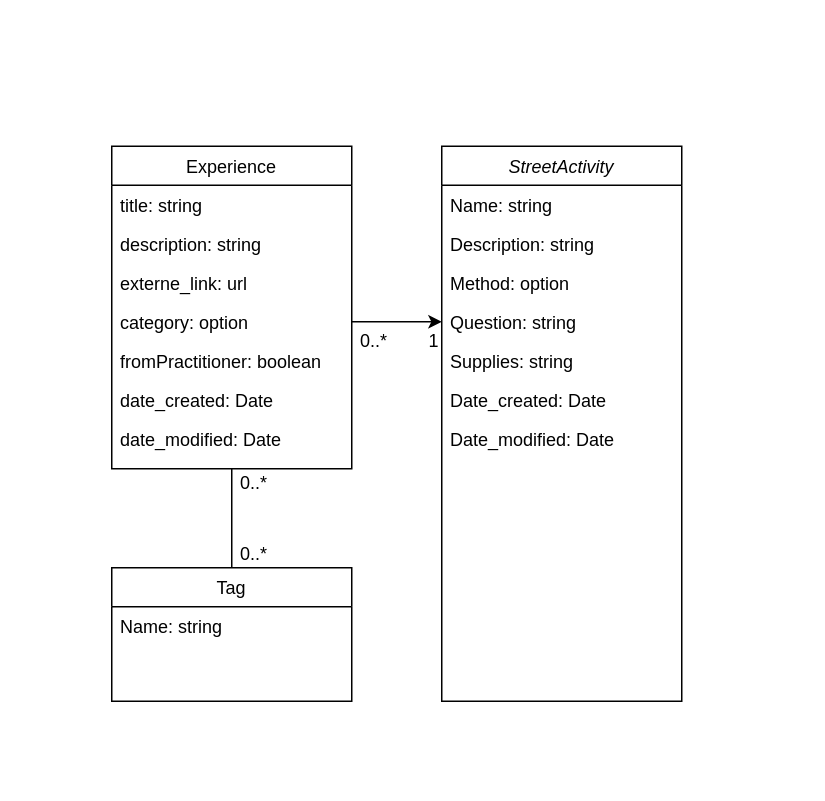
The draw.io diagram architecture/streetactivity_domainmodel.drawio in MxTheo/travelingguestbook, before the edit. Source tidied: cells renumbered, new cells numbered last; positions are measured from the earlier drawing's top-left corner, leaving out a move shared by most shapes. Both pictures are drawn from the tidied source at 150%, with x=0, y=0 at pixel (111, 146).
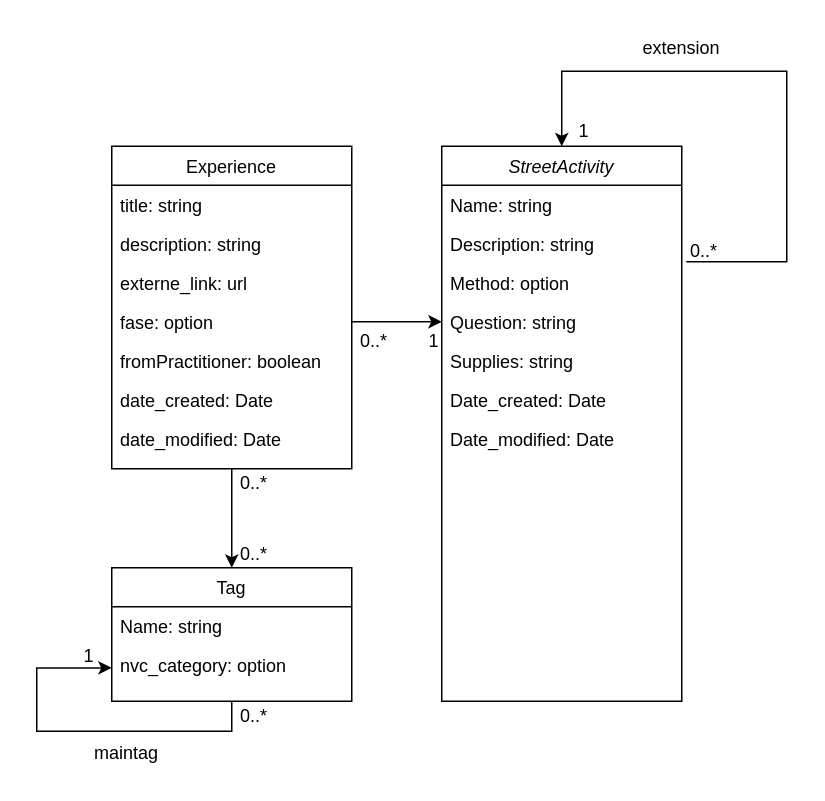
The same diagram, later.

Unchanged cells that the change refers to:
```xml
<mxCell id="2" value="StreetActivity" style="swimlane;fontStyle=2;align=center;verticalAlign=top;horizontal=1;startSize=26;rounded=0;shadow=0;strokeWidth=1;" parent="1" vertex="1">
  <mxGeometry x="220" width="160" height="370" as="geometry" />
</mxCell>
<mxCell id="4" value="Description: string" style="text;align=left;verticalAlign=top;spacingLeft=4;spacingRight=4;overflow=hidden;points=[[0,0.5],[1,0.5]];portConstraint=eastwest;rounded=0;shadow=0;html=0;" parent="2" vertex="1">
  <mxGeometry y="52" width="160" height="26" as="geometry" />
</mxCell>
<mxCell id="10" value="Tag" style="swimlane;fontStyle=0;align=center;verticalAlign=top;horizontal=1;startSize=26;rounded=0;shadow=0;strokeWidth=1;" parent="1" vertex="1">
  <mxGeometry y="281" width="160" height="89" as="geometry" />
</mxCell>
<mxCell id="12" value="Experience" style="swimlane;fontStyle=0;align=center;verticalAlign=top;horizontal=1;startSize=26;rounded=0;shadow=0;strokeWidth=1;" parent="1" vertex="1">
  <mxGeometry width="160" height="215" as="geometry" />
</mxCell>
<mxCell id="23" value="0..*" style="text;html=1;align=center;verticalAlign=middle;whiteSpace=wrap;rounded=0;" parent="1" vertex="1">
  <mxGeometry x="80" y="262" width="30" height="19" as="geometry" />
</mxCell>
```

The edit, as a diff of the source:
```diff
@@
+    <mxCell id="26" style="edgeStyle=orthogonalEdgeStyle;rounded=0;jettySize=auto;html=1;entryX=0.5;entryY=0;entryDx=0;entryDy=0;exitX=1.019;exitY=0.962;exitDx=0;exitDy=0;exitPerimeter=0;" parent="2" edge="1" source="4" target="2">
+      <mxGeometry relative="1" as="geometry">
+        <Array as="points">
+          <mxPoint x="230" y="77" />
+          <mxPoint x="230" y="-50" />
+          <mxPoint x="80" y="-50" />
+        </Array>
+      </mxGeometry>
+    </mxCell>
@@
+    <mxCell id="27" style="edgeStyle=orthogonalEdgeStyle;rounded=0;orthogonalLoop=1;jettySize=auto;html=1;exitX=0.5;exitY=1;exitDx=0;exitDy=0;entryX=0;entryY=0.75;entryDx=0;entryDy=0;" parent="1" edge="1" source="10" target="10">
+      <mxGeometry relative="1" as="geometry">
+        <Array as="points">
+          <mxPoint x="80" y="390" />
+          <mxPoint x="-50" y="390" />
+          <mxPoint x="-50" y="348" />
+        </Array>
+      </mxGeometry>
+    </mxCell>
@@
+    <mxCell id="28" value="nvc_category: option" style="text;align=left;verticalAlign=top;spacingLeft=4;spacingRight=4;overflow=hidden;" parent="10" vertex="1">
+      <mxGeometry y="52" width="160" height="26" as="geometry" />
+    </mxCell>
@@
-    <mxCell id="16" value="category: option" style="text;align=left;verticalAlign=top;spacingLeft=4;spacingRight=4;overflow=hidden;points=[[0,0.5],[1,0.5]];portConstraint=eastwest;rounded=0;shadow=0;html=0;" parent="12" vertex="1">
+    <mxCell id="16" value="fase: option" style="text;align=left;verticalAlign=top;spacingLeft=4;spacingRight=4;overflow=hidden;points=[[0,0.5],[1,0.5]];portConstraint=eastwest;rounded=0;shadow=0;html=0;" parent="12" vertex="1">
       <mxGeometry y="104" width="160" height="26" as="geometry" />
     </mxCell>
@@
-    <mxCell id="21" style="endArrow=none;html=1;rounded=0;exitX=0.5;exitY=0;exitDx=0;exitDy=0;entryX=0.5;entryY=1;entryDx=0;entryDy=0;" parent="1" edge="1" source="10" target="12">
-      <mxGeometry relative="1" as="geometry" />
-    </mxCell>
@@
+    <mxCell id="29" value="maintag" style="text;html=1;align=center;verticalAlign=middle;whiteSpace=wrap;rounded=0;" parent="1" vertex="1">
+      <mxGeometry x="-20" y="390" width="60" height="30" as="geometry" />
+    </mxCell>
+    <mxCell id="30" value="extension" style="text;html=1;align=center;verticalAlign=middle;whiteSpace=wrap;rounded=0;" parent="1" vertex="1">
+      <mxGeometry x="350" y="-80" width="60" height="30" as="geometry" />
+    </mxCell>
+    <mxCell id="31" value="1" style="text;html=1;align=center;verticalAlign=middle;whiteSpace=wrap;rounded=0;" parent="1" vertex="1">
+      <mxGeometry x="310" y="-20" width="10" height="20" as="geometry" />
+    </mxCell>
+    <mxCell id="32" value="0..*" style="text;html=1;align=center;verticalAlign=middle;whiteSpace=wrap;rounded=0;" parent="1" vertex="1">
+      <mxGeometry x="380" y="60" width="30" height="20" as="geometry" />
+    </mxCell>
+    <mxCell id="33" value="1" style="text;html=1;align=center;verticalAlign=middle;whiteSpace=wrap;rounded=0;" parent="1" vertex="1">
+      <mxGeometry x="-20" y="330" width="10" height="20" as="geometry" />
+    </mxCell>
+    <mxCell id="34" value="0..*" style="text;html=1;align=center;verticalAlign=middle;whiteSpace=wrap;rounded=0;" parent="1" vertex="1">
+      <mxGeometry x="80" y="370" width="30" height="20" as="geometry" />
+    </mxCell>
+    <mxCell id="35" style="endArrow=classic;html=1;rounded=0;entryX=0;entryY=1;entryDx=0;entryDy=0;exitX=0.5;exitY=1;exitDx=0;exitDy=0;" parent="1" edge="1" source="12" target="23">
+      <mxGeometry relative="1" as="geometry" />
+    </mxCell>
```
